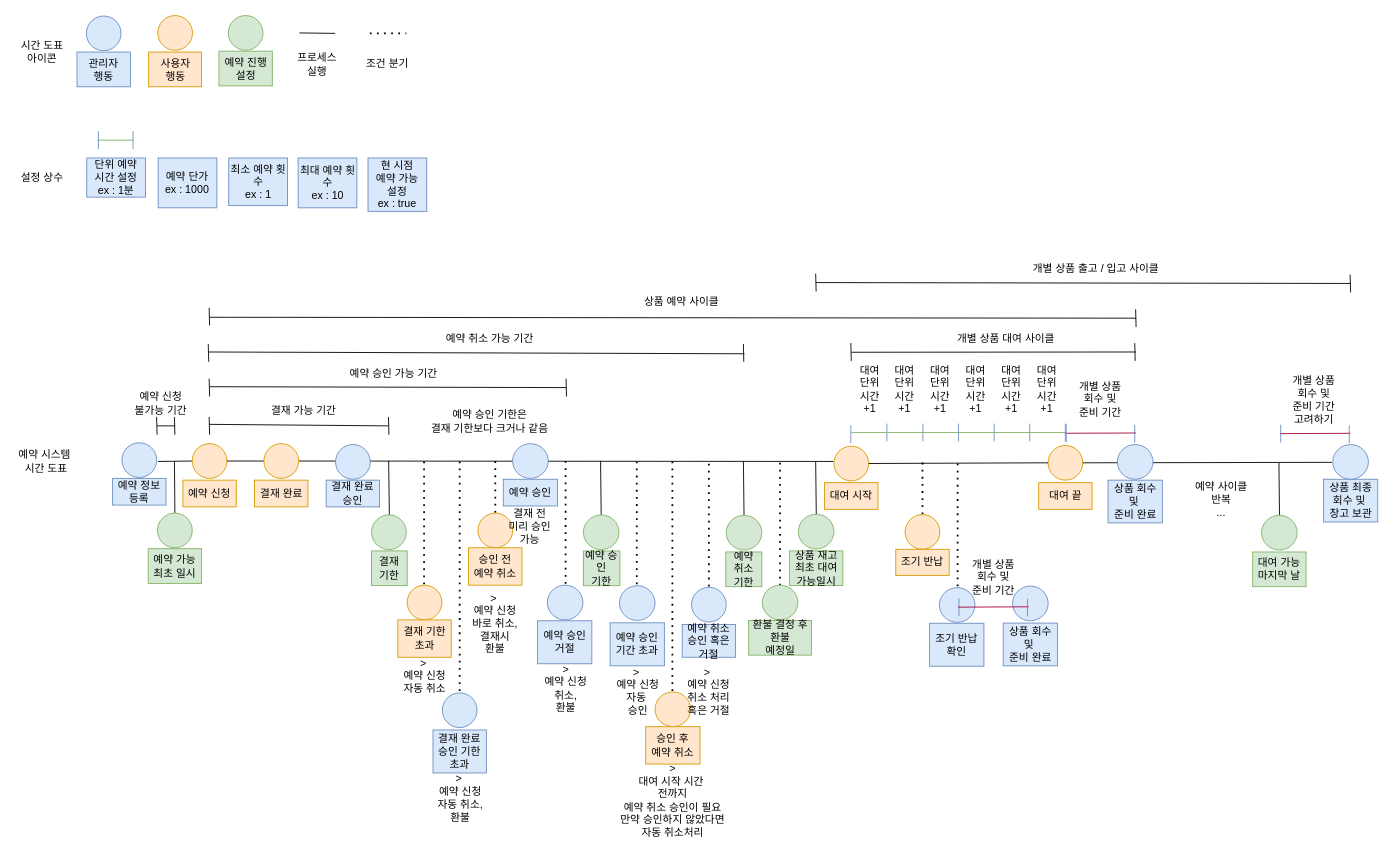
This is module-service-rental-reservation/external_files/Reservation.drawio from RaillyLinker/Kotlin_SpringbootMvc_Template, a draw.io file, before an edit. Source tidied: cells renumbered, new cells numbered last; positions are measured from the earlier drawing's top-left corner, leaving out a move shared by most shapes. Both pictures are drawn from the tidied source at 89%, with x=0, y=0 at pixel (15, 15).
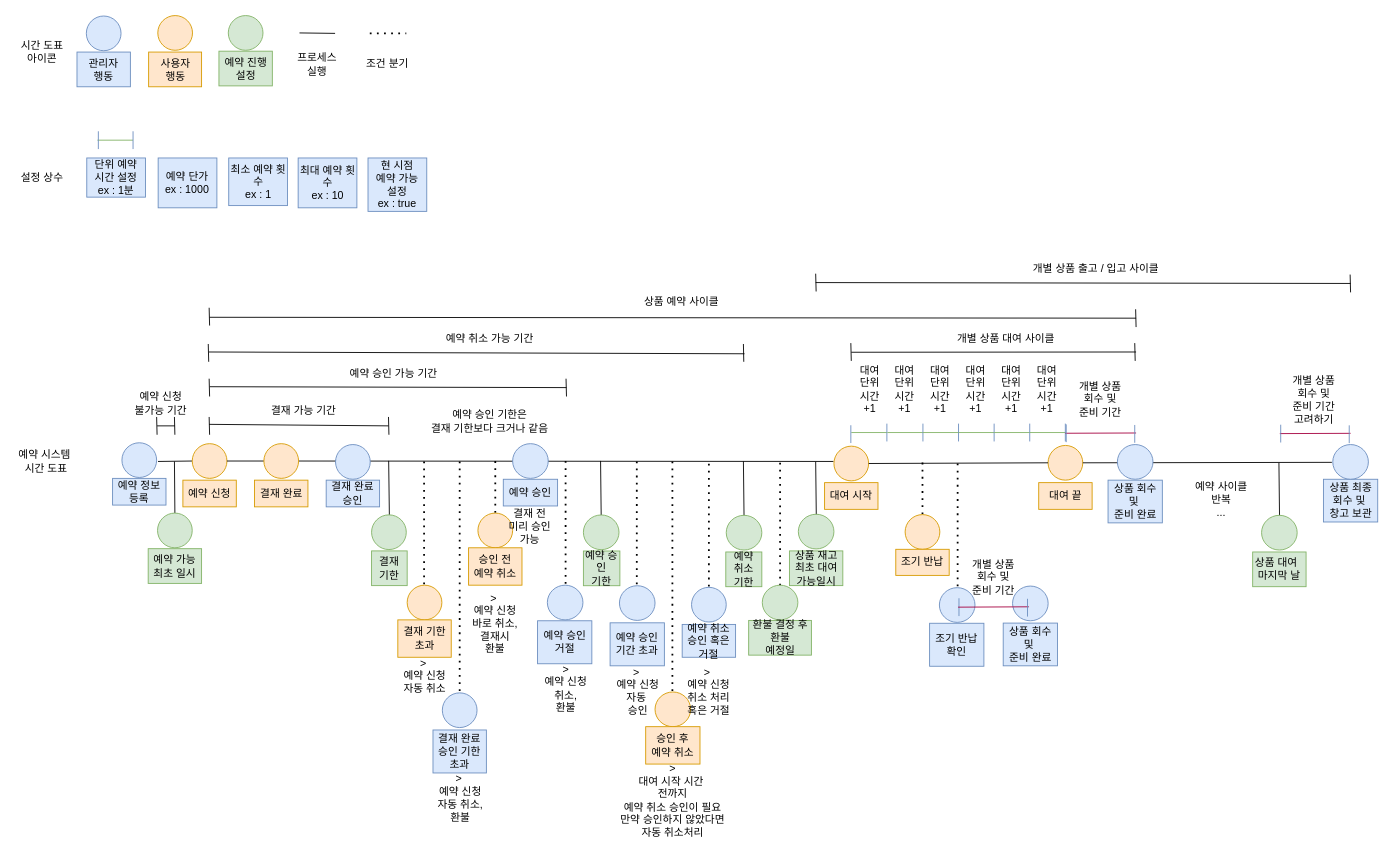
The same page after the edit.

Change to the diagram source:
```diff
@@
-    <mxCell id="140" value="대여 가능&lt;div&gt;마지막 날&lt;/div&gt;" style="text;html=1;align=center;verticalAlign=middle;whiteSpace=wrap;rounded=0;fillColor=#d5e8d4;strokeColor=#82b366;" parent="1" vertex="1">
+    <mxCell id="140" value="상품 대여&amp;nbsp;&amp;nbsp;&lt;div&gt;&lt;span style=&quot;background-color: initial;&quot;&gt;마지막 날&lt;/span&gt;&lt;/div&gt;" style="text;html=1;align=center;verticalAlign=middle;whiteSpace=wrap;rounded=0;fillColor=#d5e8d4;strokeColor=#82b366;" parent="1" vertex="1">
       <mxGeometry x="1390" y="602.7" width="60" height="39" as="geometry" />
     </mxCell>
```
